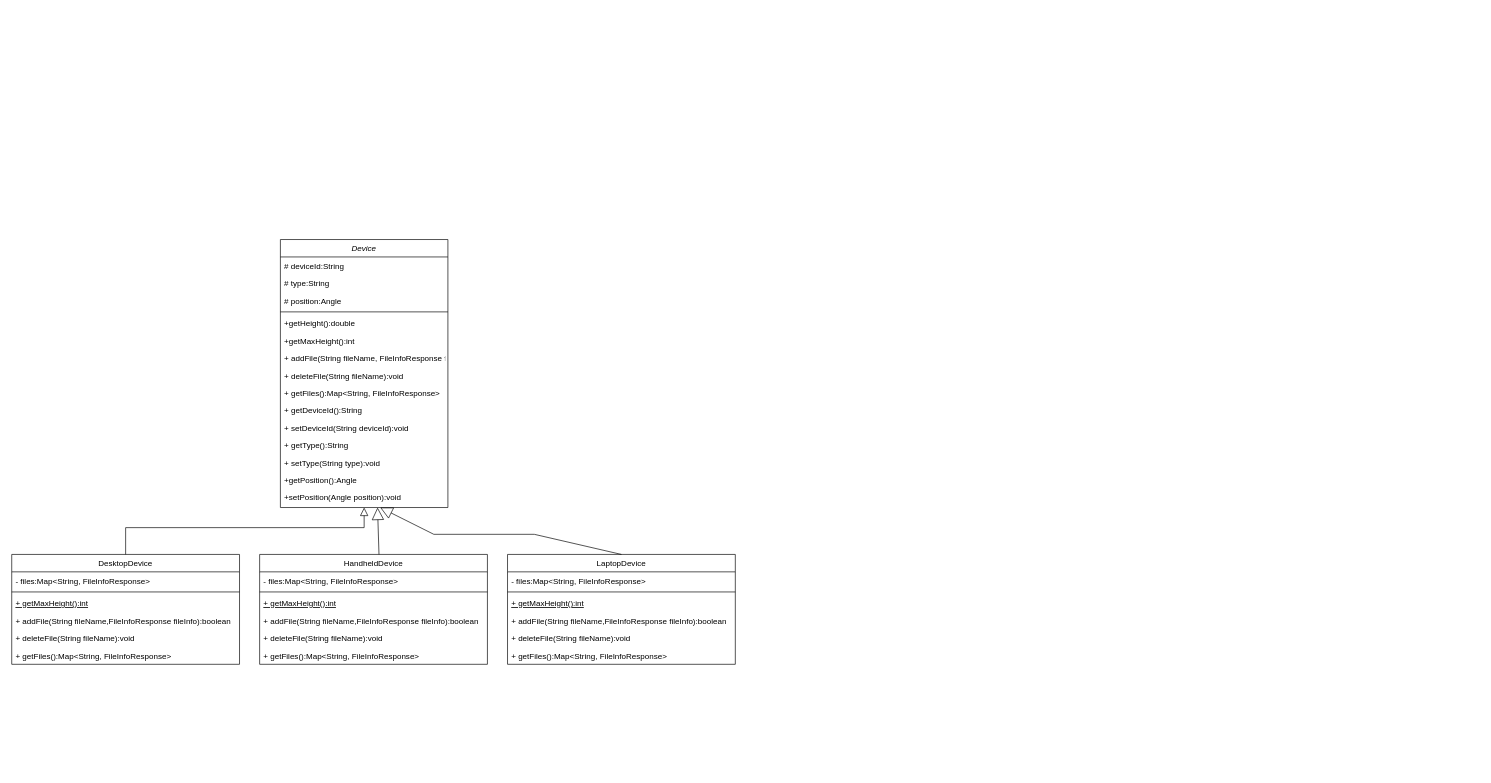
Above: satellite.drawio in yangyong0614/Java_Draw_IO (draw.io), before the change. Source tidied: cells renumbered, new cells numbered last; positions are measured from the earlier drawing's top-left corner, leaving out a move shared by most shapes. Both pictures are drawn from the tidied source at 67%, with x=0, y=0 at pixel (11, 239).
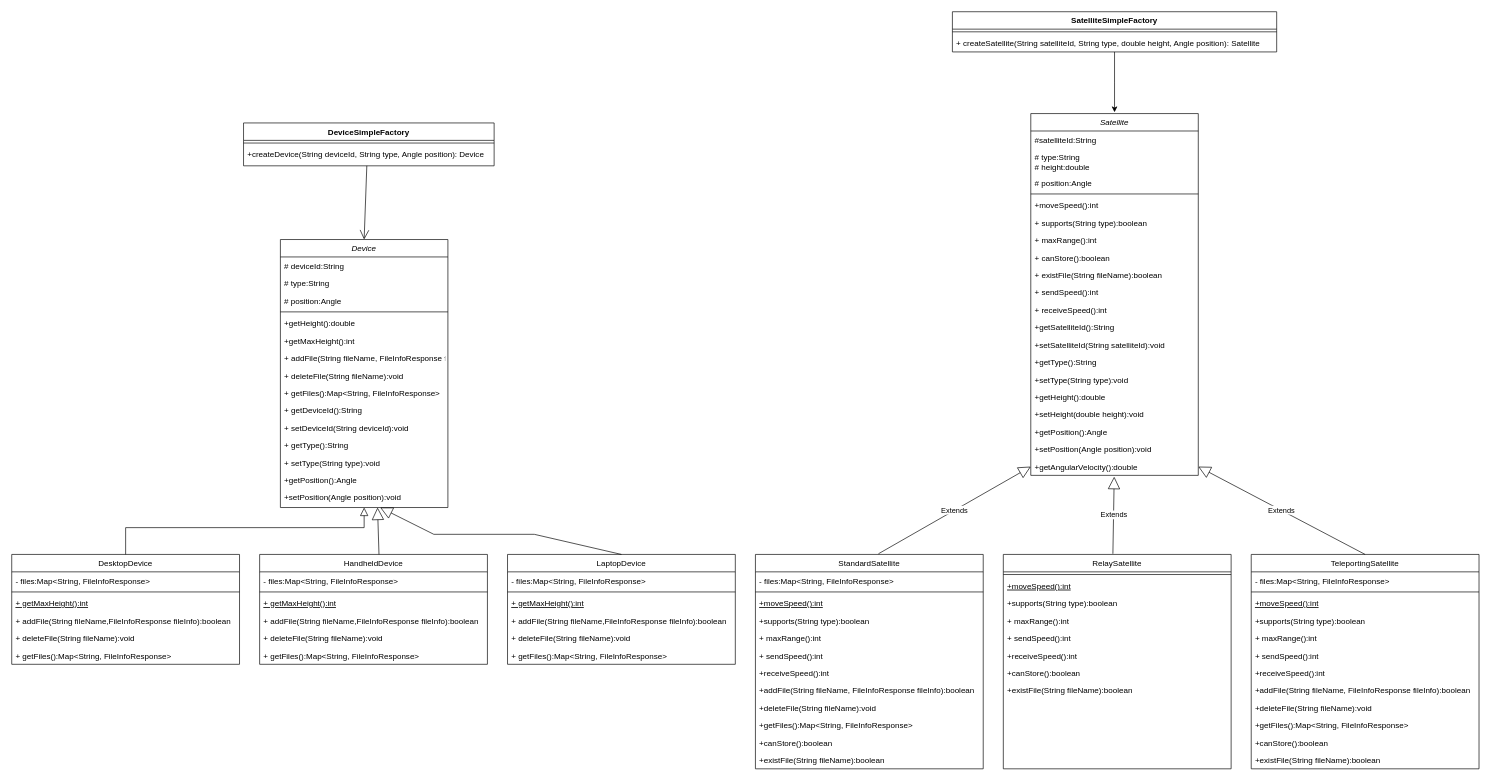
The same page after the edit.

Unchanged cells that the change refers to:
```xml
<mxCell id="2" value="Device" style="swimlane;fontStyle=2;align=center;verticalAlign=top;horizontal=1;startSize=26;rounded=0;shadow=0;strokeWidth=1;" parent="1" vertex="1">
  <mxGeometry x="401" width="250" height="400" as="geometry" />
</mxCell>
```

Change to the diagram source:
```diff
@@
+    <mxCell id="42" value="DeviceSimpleFactory" style="swimlane;fontStyle=1;align=center;verticalAlign=top;horizontal=1;startSize=26;" parent="1" vertex="1">
+      <mxGeometry x="346" y="-174" width="374" height="64" as="geometry" />
+    </mxCell>
+    <mxCell id="43" style="line;strokeWidth=1;fillColor=none;align=left;verticalAlign=middle;spacingTop=-1;spacingLeft=3;spacingRight=3;labelPosition=right;" parent="42" vertex="1">
+      <mxGeometry y="26" width="374" height="8" as="geometry" />
+    </mxCell>
+    <mxCell id="44" value="+createDevice(String deviceId, String type, Angle position): Device" style="text;strokeColor=none;fillColor=none;align=left;verticalAlign=top;spacingLeft=4;spacingRight=4;overflow=hidden;" parent="42" vertex="1">
+      <mxGeometry y="34" width="374" height="30" as="geometry" />
+    </mxCell>
+    <mxCell id="45" style="endArrow=open;endFill=1;endSize=12;html=1;rounded=0;entryX=0.5;entryY=0;entryDx=0;entryDy=0;" parent="1" edge="1" target="2">
+      <mxGeometry relative="1" as="geometry">
+        <mxPoint x="530" y="-110" as="sourcePoint" />
+      </mxGeometry>
+    </mxCell>
+    <mxCell id="46" value="Satellite" style="swimlane;fontStyle=2;align=center;verticalAlign=top;horizontal=1;startSize=26;rounded=0;shadow=0;strokeWidth=1;" parent="1" vertex="1">
+      <mxGeometry x="1521" y="-188" width="250" height="540" as="geometry" />
+    </mxCell>
+    <mxCell id="47" value="#satelliteId:String" style="text;align=left;verticalAlign=top;spacingLeft=4;spacingRight=4;overflow=hidden;" parent="46" vertex="1">
+      <mxGeometry y="26" width="250" height="26" as="geometry" />
+    </mxCell>
+    <mxCell id="48" value="# type:String&#10;# height:double" style="text;align=left;verticalAlign=top;spacingLeft=4;spacingRight=4;overflow=hidden;rounded=0;shadow=0;html=0;" parent="46" vertex="1">
+      <mxGeometry y="52" width="250" height="38" as="geometry" />
+    </mxCell>
+    <mxCell id="49" value="# position:Angle" style="text;align=left;verticalAlign=top;spacingLeft=4;spacingRight=4;overflow=hidden;rounded=0;shadow=0;html=0;" parent="46" vertex="1">
+      <mxGeometry y="90" width="250" height="26" as="geometry" />
+    </mxCell>
+    <mxCell id="50" style="line;html=1;strokeWidth=1;align=left;verticalAlign=middle;spacingTop=-1;spacingLeft=3;spacingRight=3;labelPosition=right;" parent="46" vertex="1">
+      <mxGeometry y="116" width="250" height="8" as="geometry" />
+    </mxCell>
+    <mxCell id="51" value="+moveSpeed():int" style="text;align=left;verticalAlign=top;spacingLeft=4;spacingRight=4;overflow=hidden;" parent="46" vertex="1">
+      <mxGeometry y="124" width="250" height="26" as="geometry" />
+    </mxCell>
+    <mxCell id="52" value="+ supports(String type):boolean" style="text;align=left;verticalAlign=top;spacingLeft=4;spacingRight=4;overflow=hidden;" parent="46" vertex="1">
+      <mxGeometry y="150" width="250" height="26" as="geometry" />
+    </mxCell>
+    <mxCell id="53" value="+ maxRange():int" style="text;align=left;verticalAlign=top;spacingLeft=4;spacingRight=4;overflow=hidden;" parent="46" vertex="1">
+      <mxGeometry y="176" width="250" height="26" as="geometry" />
+    </mxCell>
+    <mxCell id="54" value="+ canStore():boolean" style="text;align=left;verticalAlign=top;spacingLeft=4;spacingRight=4;overflow=hidden;" parent="46" vertex="1">
+      <mxGeometry y="202" width="250" height="26" as="geometry" />
+    </mxCell>
+    <mxCell id="55" value="+ existFile(String fileName):boolean" style="text;align=left;verticalAlign=top;spacingLeft=4;spacingRight=4;overflow=hidden;" parent="46" vertex="1">
+      <mxGeometry y="228" width="250" height="26" as="geometry" />
+    </mxCell>
+    <mxCell id="56" value="+ sendSpeed():int" style="text;align=left;verticalAlign=top;spacingLeft=4;spacingRight=4;overflow=hidden;" parent="46" vertex="1">
+      <mxGeometry y="254" width="250" height="26" as="geometry" />
+    </mxCell>
+    <mxCell id="57" value="+ receiveSpeed():int" style="text;align=left;verticalAlign=top;spacingLeft=4;spacingRight=4;overflow=hidden;" parent="46" vertex="1">
+      <mxGeometry y="280" width="250" height="26" as="geometry" />
+    </mxCell>
+    <mxCell id="58" value="+getSatelliteId():String" style="text;align=left;verticalAlign=top;spacingLeft=4;spacingRight=4;overflow=hidden;" parent="46" vertex="1">
+      <mxGeometry y="306" width="250" height="26" as="geometry" />
+    </mxCell>
+    <mxCell id="59" value="+setSatelliteId(String satelliteId):void" style="text;align=left;verticalAlign=top;spacingLeft=4;spacingRight=4;overflow=hidden;" parent="46" vertex="1">
+      <mxGeometry y="332" width="250" height="26" as="geometry" />
+    </mxCell>
+    <mxCell id="60" value="+getType():String" style="text;align=left;verticalAlign=top;spacingLeft=4;spacingRight=4;overflow=hidden;" parent="46" vertex="1">
+      <mxGeometry y="358" width="250" height="26" as="geometry" />
+    </mxCell>
+    <mxCell id="61" value="+setType(String type):void" style="text;align=left;verticalAlign=top;spacingLeft=4;spacingRight=4;overflow=hidden;" parent="46" vertex="1">
+      <mxGeometry y="384" width="250" height="26" as="geometry" />
+    </mxCell>
+    <mxCell id="62" value="+getHeight():double" style="text;align=left;verticalAlign=top;spacingLeft=4;spacingRight=4;overflow=hidden;" parent="46" vertex="1">
+      <mxGeometry y="410" width="250" height="26" as="geometry" />
+    </mxCell>
+    <mxCell id="63" value="+setHeight(double height):void" style="text;align=left;verticalAlign=top;spacingLeft=4;spacingRight=4;overflow=hidden;" parent="46" vertex="1">
+      <mxGeometry y="436" width="250" height="26" as="geometry" />
+    </mxCell>
+    <mxCell id="64" value="+getPosition():Angle" style="text;align=left;verticalAlign=top;spacingLeft=4;spacingRight=4;overflow=hidden;" parent="46" vertex="1">
+      <mxGeometry y="462" width="250" height="26" as="geometry" />
+    </mxCell>
+    <mxCell id="65" value="+setPosition(Angle position):void" style="text;align=left;verticalAlign=top;spacingLeft=4;spacingRight=4;overflow=hidden;" parent="46" vertex="1">
+      <mxGeometry y="488" width="250" height="26" as="geometry" />
+    </mxCell>
+    <mxCell id="66" value="+getAngularVelocity():double" style="text;align=left;verticalAlign=top;spacingLeft=4;spacingRight=4;overflow=hidden;points=[[0,0.5],[1,0.5]];portConstraint=eastwest;" parent="46" vertex="1">
+      <mxGeometry y="514" width="250" height="26" as="geometry" />
+    </mxCell>
+    <mxCell id="67" value="StandardSatellite" style="swimlane;fontStyle=0;align=center;verticalAlign=top;horizontal=1;startSize=26;rounded=0;shadow=0;strokeWidth=1;" parent="1" vertex="1">
+      <mxGeometry x="1110" y="470" width="340" height="320" as="geometry" />
+    </mxCell>
+    <mxCell id="68" value="- files:Map&lt;String, FileInfoResponse&gt;" style="text;align=left;verticalAlign=top;spacingLeft=4;spacingRight=4;overflow=hidden;" parent="67" vertex="1">
+      <mxGeometry y="26" width="340" height="26" as="geometry" />
+    </mxCell>
+    <mxCell id="69" style="line;html=1;strokeWidth=1;align=left;verticalAlign=middle;spacingTop=-1;spacingLeft=3;spacingRight=3;labelPosition=right;" parent="67" vertex="1">
+      <mxGeometry y="52" width="340" height="8" as="geometry" />
+    </mxCell>
+    <mxCell id="70" value="+moveSpeed():int" style="text;align=left;verticalAlign=top;spacingLeft=4;spacingRight=4;overflow=hidden;fontStyle=4;" parent="67" vertex="1">
+      <mxGeometry y="60" width="340" height="26" as="geometry" />
+    </mxCell>
+    <mxCell id="71" value="+supports(String type):boolean" style="text;align=left;verticalAlign=top;spacingLeft=4;spacingRight=4;overflow=hidden;" parent="67" vertex="1">
+      <mxGeometry y="86" width="340" height="26" as="geometry" />
+    </mxCell>
+    <mxCell id="72" value="+ maxRange():int" style="text;align=left;verticalAlign=top;spacingLeft=4;spacingRight=4;overflow=hidden;" parent="67" vertex="1">
+      <mxGeometry y="112" width="340" height="26" as="geometry" />
+    </mxCell>
+    <mxCell id="73" value="+ sendSpeed():int" style="text;align=left;verticalAlign=top;spacingLeft=4;spacingRight=4;overflow=hidden;" parent="67" vertex="1">
+      <mxGeometry y="138" width="340" height="26" as="geometry" />
+    </mxCell>
+    <mxCell id="74" value="+receiveSpeed():int" style="text;align=left;verticalAlign=top;spacingLeft=4;spacingRight=4;overflow=hidden;" parent="67" vertex="1">
+      <mxGeometry y="164" width="340" height="26" as="geometry" />
+    </mxCell>
+    <mxCell id="75" value="+addFile(String fileName, FileInfoResponse fileInfo):boolean" style="text;align=left;verticalAlign=top;spacingLeft=4;spacingRight=4;overflow=hidden;" parent="67" vertex="1">
+      <mxGeometry y="190" width="340" height="26" as="geometry" />
+    </mxCell>
+    <mxCell id="76" value="+deleteFile(String fileName):void" style="text;align=left;verticalAlign=top;spacingLeft=4;spacingRight=4;overflow=hidden;" parent="67" vertex="1">
+      <mxGeometry y="216" width="340" height="26" as="geometry" />
+    </mxCell>
+    <mxCell id="77" value="+getFiles():Map&lt;String, FileInfoResponse&gt;" style="text;align=left;verticalAlign=top;spacingLeft=4;spacingRight=4;overflow=hidden;" parent="67" vertex="1">
+      <mxGeometry y="242" width="340" height="26" as="geometry" />
+    </mxCell>
+    <mxCell id="78" value="+canStore():boolean " style="text;align=left;verticalAlign=top;spacingLeft=4;spacingRight=4;overflow=hidden;" parent="67" vertex="1">
+      <mxGeometry y="268" width="340" height="26" as="geometry" />
+    </mxCell>
+    <mxCell id="79" value="+existFile(String fileName):boolean" style="text;align=left;verticalAlign=top;spacingLeft=4;spacingRight=4;overflow=hidden;" parent="67" vertex="1">
+      <mxGeometry y="294" width="340" height="26" as="geometry" />
+    </mxCell>
+    <mxCell id="80" value="RelaySatellite" style="swimlane;fontStyle=0;align=center;verticalAlign=top;horizontal=1;startSize=26;rounded=0;shadow=0;strokeWidth=1;" parent="1" vertex="1">
+      <mxGeometry x="1480" y="470" width="340" height="320" as="geometry" />
+    </mxCell>
+    <mxCell id="81" style="line;html=1;strokeWidth=1;align=left;verticalAlign=middle;spacingTop=-1;spacingLeft=3;spacingRight=3;labelPosition=right;" parent="80" vertex="1">
+      <mxGeometry y="26" width="340" height="8" as="geometry" />
+    </mxCell>
+    <mxCell id="82" value="+moveSpeed():int" style="text;align=left;verticalAlign=top;spacingLeft=4;spacingRight=4;overflow=hidden;fontStyle=4;" parent="80" vertex="1">
+      <mxGeometry y="34" width="340" height="26" as="geometry" />
+    </mxCell>
+    <mxCell id="83" value="+supports(String type):boolean" style="text;align=left;verticalAlign=top;spacingLeft=4;spacingRight=4;overflow=hidden;" parent="80" vertex="1">
+      <mxGeometry y="60" width="340" height="26" as="geometry" />
+    </mxCell>
+    <mxCell id="84" value="+ maxRange():int" style="text;align=left;verticalAlign=top;spacingLeft=4;spacingRight=4;overflow=hidden;" parent="80" vertex="1">
+      <mxGeometry y="86" width="340" height="26" as="geometry" />
+    </mxCell>
+    <mxCell id="85" value="+ sendSpeed():int" style="text;align=left;verticalAlign=top;spacingLeft=4;spacingRight=4;overflow=hidden;" parent="80" vertex="1">
+      <mxGeometry y="112" width="340" height="26" as="geometry" />
+    </mxCell>
+    <mxCell id="86" value="+receiveSpeed():int" style="text;align=left;verticalAlign=top;spacingLeft=4;spacingRight=4;overflow=hidden;" parent="80" vertex="1">
+      <mxGeometry y="138" width="340" height="26" as="geometry" />
+    </mxCell>
+    <mxCell id="87" value="+canStore():boolean " style="text;align=left;verticalAlign=top;spacingLeft=4;spacingRight=4;overflow=hidden;" parent="80" vertex="1">
+      <mxGeometry y="164" width="340" height="26" as="geometry" />
+    </mxCell>
+    <mxCell id="88" value="+existFile(String fileName):boolean" style="text;align=left;verticalAlign=top;spacingLeft=4;spacingRight=4;overflow=hidden;" parent="80" vertex="1">
+      <mxGeometry y="190" width="340" height="26" as="geometry" />
+    </mxCell>
+    <mxCell id="89" value="TeleportingSatellite" style="swimlane;fontStyle=0;align=center;verticalAlign=top;horizontal=1;startSize=26;rounded=0;shadow=0;strokeWidth=1;" parent="1" vertex="1">
+      <mxGeometry x="1850" y="470" width="340" height="320" as="geometry" />
+    </mxCell>
+    <mxCell id="90" value="- files:Map&lt;String, FileInfoResponse&gt;" style="text;align=left;verticalAlign=top;spacingLeft=4;spacingRight=4;overflow=hidden;" parent="89" vertex="1">
+      <mxGeometry y="26" width="340" height="26" as="geometry" />
+    </mxCell>
+    <mxCell id="91" style="line;html=1;strokeWidth=1;align=left;verticalAlign=middle;spacingTop=-1;spacingLeft=3;spacingRight=3;labelPosition=right;" parent="89" vertex="1">
+      <mxGeometry y="52" width="340" height="8" as="geometry" />
+    </mxCell>
+    <mxCell id="92" value="+moveSpeed():int" style="text;align=left;verticalAlign=top;spacingLeft=4;spacingRight=4;overflow=hidden;fontStyle=4;" parent="89" vertex="1">
+      <mxGeometry y="60" width="340" height="26" as="geometry" />
+    </mxCell>
+    <mxCell id="93" value="+supports(String type):boolean" style="text;align=left;verticalAlign=top;spacingLeft=4;spacingRight=4;overflow=hidden;" parent="89" vertex="1">
+      <mxGeometry y="86" width="340" height="26" as="geometry" />
+    </mxCell>
+    <mxCell id="94" value="+ maxRange():int" style="text;align=left;verticalAlign=top;spacingLeft=4;spacingRight=4;overflow=hidden;" parent="89" vertex="1">
+      <mxGeometry y="112" width="340" height="26" as="geometry" />
+    </mxCell>
+    <mxCell id="95" value="+ sendSpeed():int" style="text;align=left;verticalAlign=top;spacingLeft=4;spacingRight=4;overflow=hidden;" parent="89" vertex="1">
+      <mxGeometry y="138" width="340" height="26" as="geometry" />
+    </mxCell>
+    <mxCell id="96" value="+receiveSpeed():int" style="text;align=left;verticalAlign=top;spacingLeft=4;spacingRight=4;overflow=hidden;" parent="89" vertex="1">
+      <mxGeometry y="164" width="340" height="26" as="geometry" />
+    </mxCell>
+    <mxCell id="97" value="+addFile(String fileName, FileInfoResponse fileInfo):boolean" style="text;align=left;verticalAlign=top;spacingLeft=4;spacingRight=4;overflow=hidden;" parent="89" vertex="1">
+      <mxGeometry y="190" width="340" height="26" as="geometry" />
+    </mxCell>
+    <mxCell id="98" value="+deleteFile(String fileName):void" style="text;align=left;verticalAlign=top;spacingLeft=4;spacingRight=4;overflow=hidden;" parent="89" vertex="1">
+      <mxGeometry y="216" width="340" height="26" as="geometry" />
+    </mxCell>
+    <mxCell id="99" value="+getFiles():Map&lt;String, FileInfoResponse&gt;" style="text;align=left;verticalAlign=top;spacingLeft=4;spacingRight=4;overflow=hidden;" parent="89" vertex="1">
+      <mxGeometry y="242" width="340" height="26" as="geometry" />
+    </mxCell>
+    <mxCell id="100" value="+canStore():boolean " style="text;align=left;verticalAlign=top;spacingLeft=4;spacingRight=4;overflow=hidden;" parent="89" vertex="1">
+      <mxGeometry y="268" width="340" height="26" as="geometry" />
+    </mxCell>
+    <mxCell id="101" value="+existFile(String fileName):boolean" style="text;align=left;verticalAlign=top;spacingLeft=4;spacingRight=4;overflow=hidden;" parent="89" vertex="1">
+      <mxGeometry y="294" width="340" height="26" as="geometry" />
+    </mxCell>
+    <mxCell id="102" value="Extends" style="endArrow=block;endSize=16;endFill=0;html=1;rounded=0;entryX=0;entryY=0.5;entryDx=0;entryDy=0;exitX=0.54;exitY=-0.003;exitDx=0;exitDy=0;exitPerimeter=0;" parent="1" edge="1" source="67" target="66">
+      <mxGeometry relative="1" as="geometry" />
+    </mxCell>
+    <mxCell id="103" value="Extends" style="endArrow=block;endSize=16;endFill=0;html=1;rounded=0;exitX=0.481;exitY=-0.003;exitDx=0;exitDy=0;entryX=0.498;entryY=1.077;entryDx=0;entryDy=0;entryPerimeter=0;exitPerimeter=0;" parent="1" edge="1" source="80" target="66">
+      <mxGeometry relative="1" as="geometry" />
+    </mxCell>
+    <mxCell id="104" value="Extends" style="endArrow=block;endSize=16;endFill=0;html=1;rounded=0;entryX=1;entryY=0.5;entryDx=0;entryDy=0;exitX=0.5;exitY=0;exitDx=0;exitDy=0;" parent="1" edge="1" source="89" target="66">
+      <mxGeometry relative="1" as="geometry" />
+    </mxCell>
+    <mxCell id="105" style="edgeStyle=orthogonalEdgeStyle;rounded=0;jettySize=auto;html=1;" parent="1" edge="1" source="106">
+      <mxGeometry relative="1" as="geometry">
+        <mxPoint x="1646" y="-190" as="targetPoint" />
+      </mxGeometry>
+    </mxCell>
+    <mxCell id="106" value="SatelliteSimpleFactory" style="swimlane;fontStyle=1;align=center;verticalAlign=top;horizontal=1;startSize=26;" parent="1" vertex="1">
+      <mxGeometry x="1404" y="-340" width="484" height="60" as="geometry" />
+    </mxCell>
+    <mxCell id="107" style="line;strokeWidth=1;fillColor=none;align=left;verticalAlign=middle;spacingTop=-1;spacingLeft=3;spacingRight=3;labelPosition=right;" parent="106" vertex="1">
+      <mxGeometry y="26" width="484" height="8" as="geometry" />
+    </mxCell>
+    <mxCell id="108" value="+ createSatellite(String satelliteId, String type, double height, Angle position): Satellite" style="text;strokeColor=none;fillColor=none;align=left;verticalAlign=top;spacingLeft=4;spacingRight=4;overflow=hidden;" parent="106" vertex="1">
+      <mxGeometry y="34" width="484" height="26" as="geometry" />
+    </mxCell>
```
